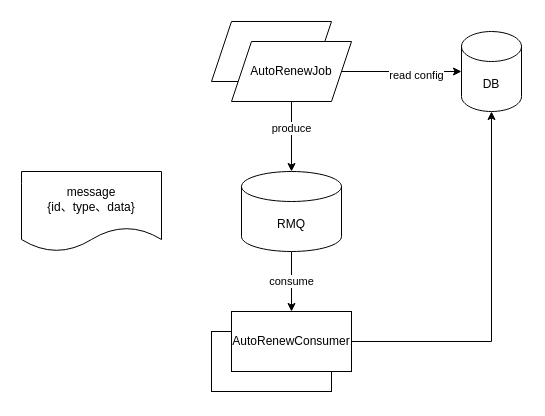
The draw.io diagram page "Page-2" (2 of 5) of auto renew.drawio in hello-benny/hello-benny.github.io, before the edit. Source tidied: cells renumbered, new cells numbered last; positions are measured from the earlier drawing's top-left corner, leaving out a move shared by most shapes. Both pictures are drawn from the tidied source at 100%, with x=0, y=0 at pixel (21, 21).
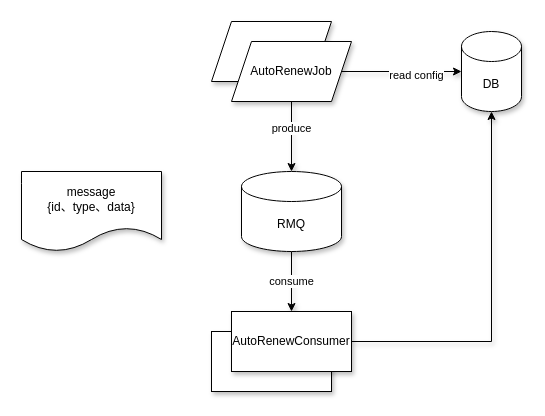
After the change.

The edit, as a diff of the source:
```diff
@@
 <mxGraphModel>
   <root>
     <mxCell id="0" />
     <mxCell id="1" parent="0" />
-    <mxCell id="2" style="rounded=0;whiteSpace=wrap;html=1;" parent="1" vertex="1">
+    <mxCell id="2" style="rounded=0;whiteSpace=wrap;html=1;shadow=1;" parent="1" vertex="1">
       <mxGeometry x="190" y="310" width="120" height="60" as="geometry" />
     </mxCell>
-    <mxCell id="3" style="shape=parallelogram;perimeter=parallelogramPerimeter;whiteSpace=wrap;html=1;fixedSize=1;" parent="1" vertex="1">
+    <mxCell id="3" style="shape=parallelogram;perimeter=parallelogramPerimeter;whiteSpace=wrap;html=1;fixedSize=1;shadow=1;" parent="1" vertex="1">
       <mxGeometry x="190" width="120" height="60" as="geometry" />
     </mxCell>
-    <mxCell id="4" style="edgeStyle=orthogonalEdgeStyle;rounded=0;jettySize=auto;html=1;entryX=0.5;entryY=0;entryDx=0;entryDy=0;entryPerimeter=0;exitX=0.5;exitY=1;exitDx=0;exitDy=0;" parent="1" edge="1" source="8" target="10">
+    <mxCell id="4" style="edgeStyle=orthogonalEdgeStyle;rounded=0;jettySize=auto;html=1;entryX=0.5;entryY=0;entryDx=0;entryDy=0;entryPerimeter=0;exitX=0.5;exitY=1;exitDx=0;exitDy=0;shadow=1;" parent="1" edge="1" source="8" target="10">
       <mxGeometry relative="1" as="geometry" />
     </mxCell>
-    <mxCell id="5" value="produce" style="edgeLabel;html=1;align=center;verticalAlign=middle;" parent="4" vertex="1">
+    <mxCell id="5" value="produce" style="edgeLabel;html=1;align=center;verticalAlign=middle;shadow=1;" parent="4" vertex="1">
       <mxGeometry x="-0.27" y="-1" relative="1" as="geometry" />
     </mxCell>
-    <mxCell id="6" style="edgeStyle=orthogonalEdgeStyle;rounded=0;jettySize=auto;html=1;entryX=0;entryY=0.5;entryDx=0;entryDy=0;entryPerimeter=0;" parent="1" edge="1" source="8" target="14">
+    <mxCell id="6" style="edgeStyle=orthogonalEdgeStyle;rounded=0;jettySize=auto;html=1;entryX=0;entryY=0.5;entryDx=0;entryDy=0;entryPerimeter=0;shadow=1;" parent="1" edge="1" source="8" target="14">
       <mxGeometry relative="1" as="geometry" />
     </mxCell>
-    <mxCell id="7" value="read config" style="edgeLabel;html=1;align=center;verticalAlign=middle;" parent="6" vertex="1">
+    <mxCell id="7" value="read config" style="edgeLabel;html=1;align=center;verticalAlign=middle;shadow=1;" parent="6" vertex="1">
       <mxGeometry x="0.24" y="-3" relative="1" as="geometry" />
     </mxCell>
-    <mxCell id="8" value="AutoRenewJob" style="shape=parallelogram;perimeter=parallelogramPerimeter;whiteSpace=wrap;html=1;fixedSize=1;" parent="1" vertex="1">
+    <mxCell id="8" value="AutoRenewJob" style="shape=parallelogram;perimeter=parallelogramPerimeter;whiteSpace=wrap;html=1;fixedSize=1;shadow=1;" parent="1" vertex="1">
       <mxGeometry x="210" y="20" width="120" height="60" as="geometry" />
     </mxCell>
-    <mxCell id="9" value="consume" style="edgeStyle=orthogonalEdgeStyle;rounded=0;jettySize=auto;html=1;exitX=0.5;exitY=1;exitDx=0;exitDy=0;exitPerimeter=0;entryX=0.5;entryY=0;entryDx=0;entryDy=0;" parent="1" edge="1" source="10" target="13">
+    <mxCell id="9" value="consume" style="edgeStyle=orthogonalEdgeStyle;rounded=0;jettySize=auto;html=1;exitX=0.5;exitY=1;exitDx=0;exitDy=0;exitPerimeter=0;entryX=0.5;entryY=0;entryDx=0;entryDy=0;shadow=1;" parent="1" edge="1" source="10" target="13">
       <mxGeometry relative="1" as="geometry" />
     </mxCell>
-    <mxCell id="10" value="RMQ" style="shape=cylinder3;whiteSpace=wrap;html=1;boundedLbl=1;backgroundOutline=1;size=15;" parent="1" vertex="1">
+    <mxCell id="10" value="RMQ" style="shape=cylinder3;whiteSpace=wrap;html=1;boundedLbl=1;backgroundOutline=1;size=15;shadow=1;" parent="1" vertex="1">
       <mxGeometry x="220" y="150" width="100" height="80" as="geometry" />
     </mxCell>
-    <mxCell id="11" value="message&lt;br&gt;{id、type、data}" style="shape=document;whiteSpace=wrap;html=1;boundedLbl=1;" parent="1" vertex="1">
+    <mxCell id="11" value="message&lt;br&gt;{id、type、data}" style="shape=document;whiteSpace=wrap;html=1;boundedLbl=1;shadow=1;" parent="1" vertex="1">
       <mxGeometry y="150" width="140" height="80" as="geometry" />
     </mxCell>
-    <mxCell id="12" style="edgeStyle=orthogonalEdgeStyle;rounded=0;jettySize=auto;html=1;entryX=0.5;entryY=1;entryDx=0;entryDy=0;entryPerimeter=0;" parent="1" edge="1" source="13" target="14">
+    <mxCell id="12" style="edgeStyle=orthogonalEdgeStyle;rounded=0;jettySize=auto;html=1;entryX=0.5;entryY=1;entryDx=0;entryDy=0;entryPerimeter=0;shadow=1;" parent="1" edge="1" source="13" target="14">
       <mxGeometry relative="1" as="geometry" />
     </mxCell>
-    <mxCell id="13" value="&lt;span&gt;AutoRenewConsumer&lt;/span&gt;" style="rounded=0;whiteSpace=wrap;html=1;" parent="1" vertex="1">
+    <mxCell id="13" value="&lt;span&gt;AutoRenewConsumer&lt;/span&gt;" style="rounded=0;whiteSpace=wrap;html=1;shadow=1;" parent="1" vertex="1">
       <mxGeometry x="210" y="290" width="120" height="60" as="geometry" />
     </mxCell>
-    <mxCell id="14" value="DB" style="shape=cylinder3;whiteSpace=wrap;html=1;boundedLbl=1;backgroundOutline=1;size=15;" parent="1" vertex="1">
+    <mxCell id="14" value="DB" style="shape=cylinder3;whiteSpace=wrap;html=1;boundedLbl=1;backgroundOutline=1;size=15;shadow=1;" parent="1" vertex="1">
       <mxGeometry x="440" y="10" width="60" height="80" as="geometry" />
     </mxCell>
   </root>
 </mxGraphModel>
```
